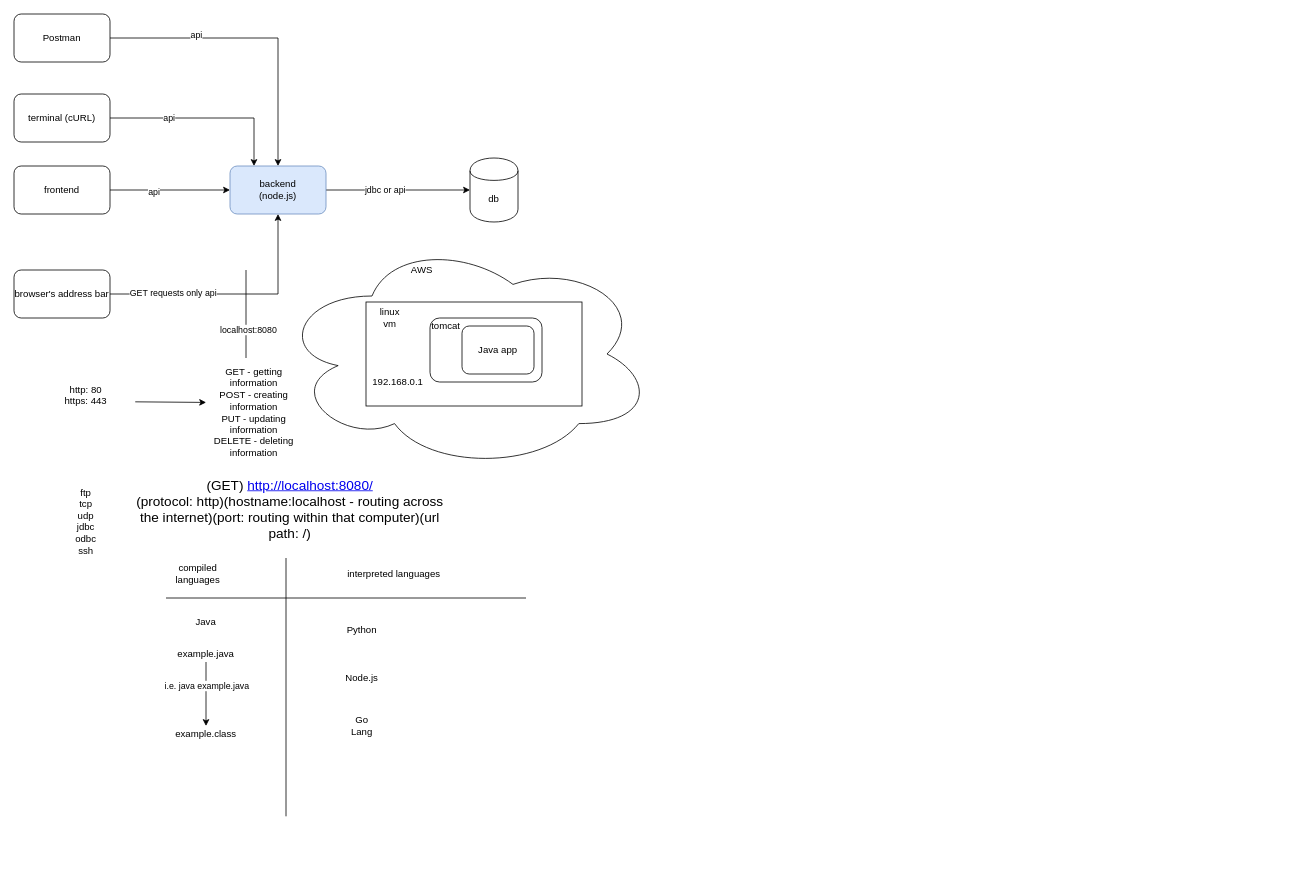
The draw.io diagram imgs/ApiFlow.drawio in madthad91/internHacks2020CreateUserFlow, before the edit. Source tidied: cells renumbered, new cells numbered last; positions are measured from the earlier drawing's top-left corner, leaving out a move shared by most shapes. Both pictures are drawn from the tidied source at 80%, with x=0, y=0 at pixel (14, 14).
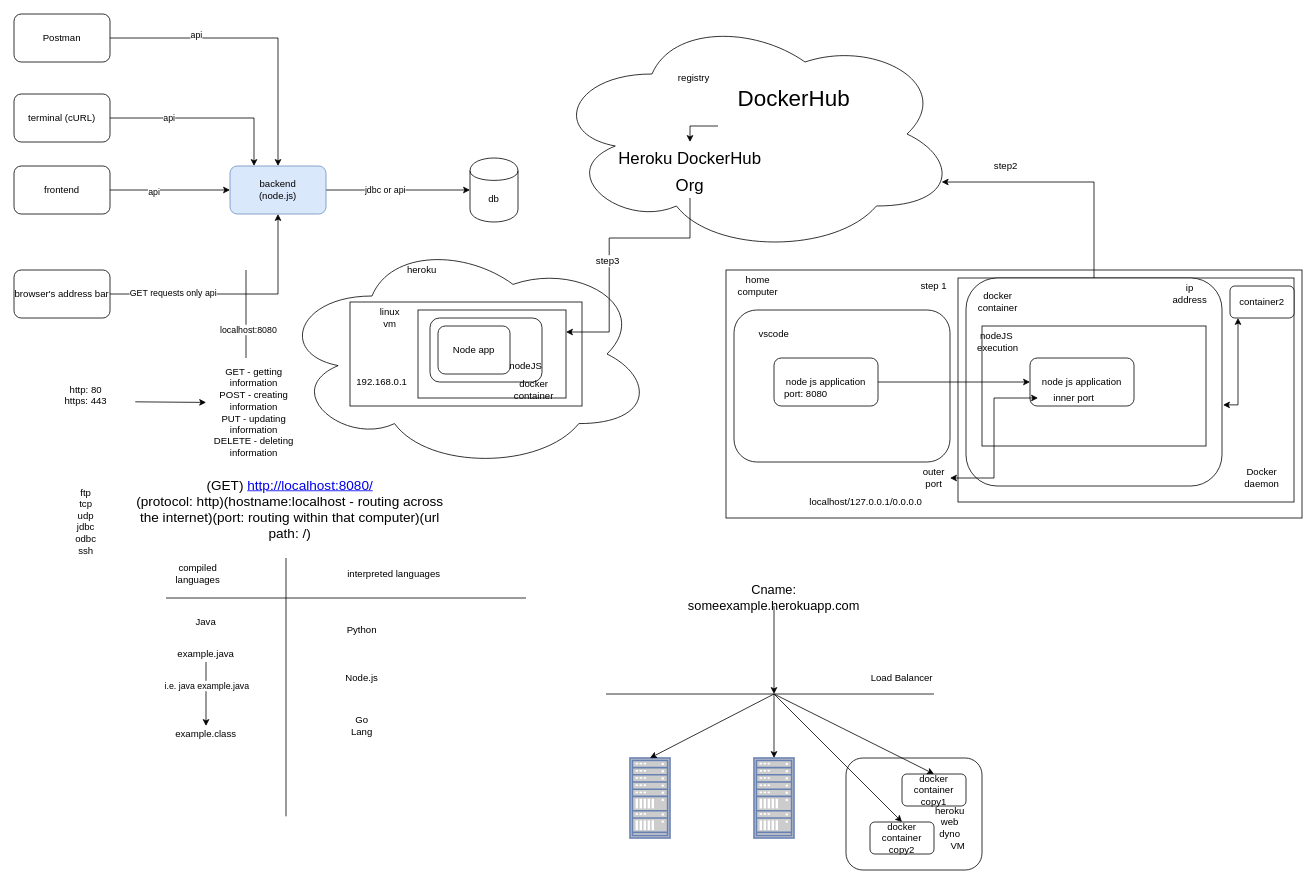
Above is the later version.

What changed in the source:
```diff
@@
+    <mxCell id="44" style="rounded=0;whiteSpace=wrap;html=1;" parent="1" vertex="1">
+      <mxGeometry x="890" y="320" width="720" height="310" as="geometry" />
+    </mxCell>
+    <mxCell id="45" style="rounded=0;whiteSpace=wrap;html=1;fontSize=12;" parent="1" vertex="1">
+      <mxGeometry x="1180" y="330" width="420" height="280" as="geometry" />
+    </mxCell>
+    <mxCell id="46" style="edgeStyle=orthogonalEdgeStyle;rounded=0;jettySize=auto;html=1;startArrow=none;startFill=0;fontSize=28;entryX=0.96;entryY=0.7;entryDx=0;entryDy=0;entryPerimeter=0;" parent="1" edge="1" source="47" target="67">
+      <mxGeometry relative="1" as="geometry">
+        <Array as="points">
+          <mxPoint x="1350" y="210" />
+        </Array>
+      </mxGeometry>
+    </mxCell>
+    <mxCell id="47" style="rounded=1;whiteSpace=wrap;html=1;" parent="1" vertex="1">
+      <mxGeometry x="1190" y="330" width="320" height="260" as="geometry" />
+    </mxCell>
+    <mxCell id="48" style="rounded=0;whiteSpace=wrap;html=1;" parent="1" vertex="1">
+      <mxGeometry x="1210" y="390" width="280" height="150" as="geometry" />
+    </mxCell>
@@
-    <mxCell id="14" value="AWS" style="text;html=1;strokeColor=none;fillColor=none;align=center;verticalAlign=middle;whiteSpace=wrap;rounded=0;" parent="1" vertex="1">
+    <mxCell id="14" value="heroku" style="text;html=1;strokeColor=none;fillColor=none;align=center;verticalAlign=middle;whiteSpace=wrap;rounded=0;" parent="1" vertex="1">
       <mxGeometry x="490" y="310" width="40" height="20" as="geometry" />
     </mxCell>
     <mxCell id="15" style="rounded=0;whiteSpace=wrap;html=1;" parent="1" vertex="1">
-      <mxGeometry x="440" y="360" width="270" height="130" as="geometry" />
+      <mxGeometry x="420" y="360" width="290" height="130" as="geometry" />
     </mxCell>
@@
-    <mxCell id="17" style="rounded=1;whiteSpace=wrap;html=1;" parent="1" vertex="1">
-      <mxGeometry x="520" y="380" width="140" height="80" as="geometry" />
-    </mxCell>
@@
-    <mxCell id="19" value="Java app" style="rounded=1;whiteSpace=wrap;html=1;" parent="1" vertex="1">
-      <mxGeometry x="560" y="390" width="90" height="60" as="geometry" />
-    </mxCell>
     <mxCell id="20" value="192.168.0.1" style="text;html=1;strokeColor=none;fillColor=none;align=center;verticalAlign=middle;whiteSpace=wrap;rounded=0;" parent="1" vertex="1">
-      <mxGeometry x="460" y="450" width="40" height="20" as="geometry" />
+      <mxGeometry x="440" y="450" width="40" height="20" as="geometry" />
     </mxCell>
@@
+    <mxCell id="49" style="rounded=0;whiteSpace=wrap;html=1;" parent="1" vertex="1">
+      <mxGeometry x="505" y="370" width="185" height="110" as="geometry" />
+    </mxCell>
+    <mxCell id="17" style="rounded=1;whiteSpace=wrap;html=1;" parent="1" vertex="1">
+      <mxGeometry x="520" y="380" width="140" height="80" as="geometry" />
+    </mxCell>
+    <mxCell id="19" value="Node app" style="rounded=1;whiteSpace=wrap;html=1;" parent="1" vertex="1">
+      <mxGeometry x="530" y="390" width="90" height="60" as="geometry" />
+    </mxCell>
+    <mxCell id="50" value="nodeJS" style="text;html=1;strokeColor=none;fillColor=none;align=center;verticalAlign=middle;whiteSpace=wrap;rounded=0;" parent="1" vertex="1">
+      <mxGeometry x="620" y="430" width="40" height="20" as="geometry" />
+    </mxCell>
+    <mxCell id="51" value="docker container" style="text;html=1;strokeColor=none;fillColor=none;align=center;verticalAlign=middle;whiteSpace=wrap;rounded=0;" parent="1" vertex="1">
+      <mxGeometry x="630" y="460" width="40" height="20" as="geometry" />
+    </mxCell>
+    <mxCell id="52" value="home computer" style="text;html=1;strokeColor=none;fillColor=none;align=center;verticalAlign=middle;whiteSpace=wrap;rounded=0;" parent="1" vertex="1">
+      <mxGeometry x="910" y="330" width="40" height="20" as="geometry" />
+    </mxCell>
+    <mxCell id="53" style="rounded=1;whiteSpace=wrap;html=1;" parent="1" vertex="1">
+      <mxGeometry x="900" y="370" width="270" height="190" as="geometry" />
+    </mxCell>
+    <mxCell id="54" value="vscode" style="text;html=1;strokeColor=none;fillColor=none;align=center;verticalAlign=middle;whiteSpace=wrap;rounded=0;" parent="1" vertex="1">
+      <mxGeometry x="930" y="390" width="40" height="20" as="geometry" />
+    </mxCell>
+    <mxCell id="55" value="node js application" style="rounded=1;whiteSpace=wrap;html=1;" parent="1" vertex="1">
+      <mxGeometry x="950" y="430" width="130" height="60" as="geometry" />
+    </mxCell>
+    <mxCell id="56" value="docker container" style="text;html=1;strokeColor=none;fillColor=none;align=center;verticalAlign=middle;whiteSpace=wrap;rounded=0;" parent="1" vertex="1">
+      <mxGeometry x="1210" y="350" width="40" height="20" as="geometry" />
+    </mxCell>
+    <mxCell id="57" value="node js application" style="rounded=1;whiteSpace=wrap;html=1;" parent="1" vertex="1">
+      <mxGeometry x="1270" y="430" width="130" height="60" as="geometry" />
+    </mxCell>
+    <mxCell id="58" style="edgeStyle=orthogonalEdgeStyle;rounded=0;jettySize=auto;html=1;" parent="1" edge="1" source="55" target="57">
+      <mxGeometry relative="1" as="geometry" />
+    </mxCell>
+    <mxCell id="59" value="nodeJS&amp;nbsp;&lt;br&gt;execution" style="text;html=1;strokeColor=none;fillColor=none;align=center;verticalAlign=middle;whiteSpace=wrap;rounded=0;" parent="1" vertex="1">
+      <mxGeometry x="1210" y="400" width="40" height="20" as="geometry" />
+    </mxCell>
+    <mxCell id="60" value="localhost/127.0.0.1/0.0.0.0" style="text;html=1;strokeColor=none;fillColor=none;align=center;verticalAlign=middle;whiteSpace=wrap;rounded=0;" parent="1" vertex="1">
+      <mxGeometry x="910" y="600" width="310" height="20" as="geometry" />
+    </mxCell>
+    <mxCell id="61" value="ip address" style="text;html=1;strokeColor=none;fillColor=none;align=center;verticalAlign=middle;whiteSpace=wrap;rounded=0;" parent="1" vertex="1">
+      <mxGeometry x="1450" y="340" width="40" height="20" as="geometry" />
+    </mxCell>
+    <mxCell id="62" value="outer&lt;br&gt;port" style="text;html=1;strokeColor=none;fillColor=none;align=center;verticalAlign=middle;whiteSpace=wrap;rounded=0;" parent="1" vertex="1">
+      <mxGeometry x="1130" y="570" width="40" height="20" as="geometry" />
+    </mxCell>
+    <mxCell id="63" style="edgeStyle=orthogonalEdgeStyle;rounded=0;jettySize=auto;html=1;entryX=1;entryY=0.5;entryDx=0;entryDy=0;startArrow=classic;startFill=1;" parent="1" edge="1" source="64" target="62">
+      <mxGeometry relative="1" as="geometry" />
+    </mxCell>
+    <mxCell id="64" value="inner port" style="text;html=1;strokeColor=none;fillColor=none;align=center;verticalAlign=middle;whiteSpace=wrap;rounded=0;" parent="1" vertex="1">
+      <mxGeometry x="1280" y="470" width="90" height="20" as="geometry" />
+    </mxCell>
+    <mxCell id="65" value="port: 8080" style="text;html=1;strokeColor=none;fillColor=none;align=center;verticalAlign=middle;whiteSpace=wrap;rounded=0;" parent="1" vertex="1">
+      <mxGeometry x="960" y="465" width="60" height="20" as="geometry" />
+    </mxCell>
+    <mxCell id="66" value="step 1" style="text;html=1;strokeColor=none;fillColor=none;align=center;verticalAlign=middle;whiteSpace=wrap;rounded=0;" parent="1" vertex="1">
+      <mxGeometry x="1130" y="330" width="40" height="20" as="geometry" />
+    </mxCell>
+    <mxCell id="67" style="ellipse;shape=cloud;whiteSpace=wrap;html=1;" parent="1" vertex="1">
+      <mxGeometry x="670" width="510" height="300" as="geometry" />
+    </mxCell>
+    <mxCell id="68" value="registry" style="text;html=1;strokeColor=none;fillColor=none;align=center;verticalAlign=middle;whiteSpace=wrap;rounded=0;" parent="1" vertex="1">
+      <mxGeometry x="830" y="70" width="40" height="20" as="geometry" />
+    </mxCell>
+    <mxCell id="69" style="edgeStyle=orthogonalEdgeStyle;rounded=0;jettySize=auto;html=1;startArrow=none;startFill=0;fontSize=12;" parent="1" edge="1" source="70" target="73">
+      <mxGeometry relative="1" as="geometry">
+        <Array as="points">
+          <mxPoint x="845" y="140" />
+        </Array>
+      </mxGeometry>
+    </mxCell>
+    <mxCell id="70" value="DockerHub" style="text;html=1;strokeColor=none;fillColor=none;align=center;verticalAlign=middle;whiteSpace=wrap;rounded=0;fontSize=28;" parent="1" vertex="1">
+      <mxGeometry x="880" y="70" width="190" height="70" as="geometry" />
+    </mxCell>
+    <mxCell id="71" style="edgeStyle=orthogonalEdgeStyle;rounded=0;jettySize=auto;html=1;entryX=1;entryY=0.25;entryDx=0;entryDy=0;startArrow=none;startFill=0;fontSize=12;" parent="1" edge="1" source="73" target="49">
+      <mxGeometry relative="1" as="geometry">
+        <Array as="points">
+          <mxPoint x="845" y="280" />
+          <mxPoint x="744" y="280" />
+          <mxPoint x="744" y="397" />
+        </Array>
+      </mxGeometry>
+    </mxCell>
+    <mxCell id="72" value="step3" style="edgeLabel;html=1;align=center;verticalAlign=middle;fontSize=12;" parent="71" vertex="1">
+      <mxGeometry x="0.11" y="-3" relative="1" as="geometry" />
+    </mxCell>
+    <mxCell id="73" value="&lt;font style=&quot;font-size: 21px&quot;&gt;Heroku DockerHub Org&lt;/font&gt;" style="text;html=1;strokeColor=none;fillColor=none;align=center;verticalAlign=middle;whiteSpace=wrap;rounded=0;fontSize=28;" parent="1" vertex="1">
+      <mxGeometry x="750" y="160" width="190" height="70" as="geometry" />
+    </mxCell>
+    <mxCell id="74" value="step2" style="text;html=1;strokeColor=none;fillColor=none;align=center;verticalAlign=middle;whiteSpace=wrap;rounded=0;fontSize=12;" parent="1" vertex="1">
+      <mxGeometry x="1220" y="180" width="40" height="20" as="geometry" />
+    </mxCell>
+    <mxCell id="75" style="edgeStyle=orthogonalEdgeStyle;rounded=0;jettySize=auto;html=1;entryX=1.004;entryY=0.61;entryDx=0;entryDy=0;entryPerimeter=0;startArrow=classic;startFill=1;fontSize=12;" parent="1" edge="1" source="76" target="47">
+      <mxGeometry relative="1" as="geometry">
+        <Array as="points">
+          <mxPoint x="1530" y="489" />
+        </Array>
+      </mxGeometry>
+    </mxCell>
+    <mxCell id="76" value="container2" style="rounded=1;whiteSpace=wrap;html=1;fontSize=12;" parent="1" vertex="1">
+      <mxGeometry x="1520" y="340" width="80" height="40" as="geometry" />
+    </mxCell>
+    <mxCell id="77" value="Docker daemon" style="text;html=1;strokeColor=none;fillColor=none;align=center;verticalAlign=middle;whiteSpace=wrap;rounded=0;fontSize=12;" parent="1" vertex="1">
+      <mxGeometry x="1540" y="570" width="40" height="20" as="geometry" />
+    </mxCell>
+    <mxCell id="78" style="endArrow=none;html=1;fontSize=12;" parent="1" edge="1">
+      <mxGeometry relative="1" as="geometry">
+        <mxPoint x="740" y="850" as="sourcePoint" />
+        <mxPoint x="1150" y="850" as="targetPoint" />
+      </mxGeometry>
+    </mxCell>
+    <mxCell id="79" style="edgeStyle=orthogonalEdgeStyle;rounded=0;jettySize=auto;html=1;startArrow=none;startFill=0;fontSize=12;" parent="1" edge="1" source="80">
+      <mxGeometry relative="1" as="geometry">
+        <mxPoint x="950" y="850" as="targetPoint" />
+      </mxGeometry>
+    </mxCell>
+    <mxCell id="80" value="&lt;font style=&quot;font-size: 16px&quot;&gt;Cname: someexample.herokuapp.com&lt;br&gt;&lt;/font&gt;" style="text;html=1;strokeColor=none;fillColor=none;align=center;verticalAlign=middle;whiteSpace=wrap;rounded=0;fontSize=12;" parent="1" vertex="1">
+      <mxGeometry x="860" y="720" width="180" height="20" as="geometry" />
+    </mxCell>
+    <mxCell id="81" value="Load Balancer" style="text;html=1;strokeColor=none;fillColor=none;align=center;verticalAlign=middle;whiteSpace=wrap;rounded=0;fontSize=12;" parent="1" vertex="1">
+      <mxGeometry x="1060" y="820" width="100" height="20" as="geometry" />
+    </mxCell>
+    <mxCell id="82" style="fontColor=#0066CC;verticalAlign=top;verticalLabelPosition=bottom;labelPosition=center;align=center;html=1;outlineConnect=0;fillColor=#CCCCCC;strokeColor=#6881B3;gradientColor=none;gradientDirection=north;strokeWidth=2;shape=mxgraph.networks.rack;" parent="1" vertex="1">
+      <mxGeometry x="770" y="930" width="50" height="100" as="geometry" />
+    </mxCell>
+    <mxCell id="83" style="fontColor=#0066CC;verticalAlign=top;verticalLabelPosition=bottom;labelPosition=center;align=center;html=1;outlineConnect=0;fillColor=#CCCCCC;strokeColor=#6881B3;gradientColor=none;gradientDirection=north;strokeWidth=2;shape=mxgraph.networks.rack;" parent="1" vertex="1">
+      <mxGeometry x="925" y="930" width="50" height="100" as="geometry" />
+    </mxCell>
+    <mxCell id="84" style="endArrow=classic;html=1;fontSize=12;entryX=0.5;entryY=0;entryDx=0;entryDy=0;entryPerimeter=0;" parent="1" edge="1" target="82">
+      <mxGeometry relative="1" as="geometry">
+        <mxPoint x="950" y="850" as="sourcePoint" />
+      </mxGeometry>
+    </mxCell>
+    <mxCell id="85" style="endArrow=classic;html=1;fontSize=12;entryX=0.5;entryY=0;entryDx=0;entryDy=0;entryPerimeter=0;" parent="1" edge="1" target="83">
+      <mxGeometry relative="1" as="geometry">
+        <mxPoint x="950" y="850" as="sourcePoint" />
+      </mxGeometry>
+    </mxCell>
+    <mxCell id="86" style="rounded=1;whiteSpace=wrap;html=1;fontSize=12;" parent="1" vertex="1">
+      <mxGeometry x="1040" y="930" width="170" height="140" as="geometry" />
+    </mxCell>
+    <mxCell id="87" value="docker container copy1" style="rounded=1;whiteSpace=wrap;html=1;fontSize=12;" parent="1" vertex="1">
+      <mxGeometry x="1110" y="950" width="80" height="40" as="geometry" />
+    </mxCell>
+    <mxCell id="88" value="docker container copy2" style="rounded=1;whiteSpace=wrap;html=1;fontSize=12;" parent="1" vertex="1">
+      <mxGeometry x="1070" y="1010" width="80" height="40" as="geometry" />
+    </mxCell>
+    <mxCell id="89" style="endArrow=classic;html=1;fontSize=12;entryX=0.5;entryY=0;entryDx=0;entryDy=0;" parent="1" edge="1" target="87">
+      <mxGeometry relative="1" as="geometry">
+        <mxPoint x="950" y="850" as="sourcePoint" />
+      </mxGeometry>
+    </mxCell>
+    <mxCell id="90" style="endArrow=classic;html=1;fontSize=12;entryX=0.5;entryY=0;entryDx=0;entryDy=0;" parent="1" edge="1" target="88">
+      <mxGeometry relative="1" as="geometry">
+        <mxPoint x="950" y="850" as="sourcePoint" />
+      </mxGeometry>
+    </mxCell>
+    <mxCell id="91" value="VM" style="text;html=1;strokeColor=none;fillColor=none;align=center;verticalAlign=middle;whiteSpace=wrap;rounded=0;fontSize=12;" parent="1" vertex="1">
+      <mxGeometry x="1160" y="1030" width="40" height="20" as="geometry" />
+    </mxCell>
+    <mxCell id="92" value="heroku web dyno" style="text;html=1;strokeColor=none;fillColor=none;align=center;verticalAlign=middle;whiteSpace=wrap;rounded=0;fontSize=12;" parent="1" vertex="1">
+      <mxGeometry x="1150" y="1000" width="40" height="20" as="geometry" />
+    </mxCell>
```
